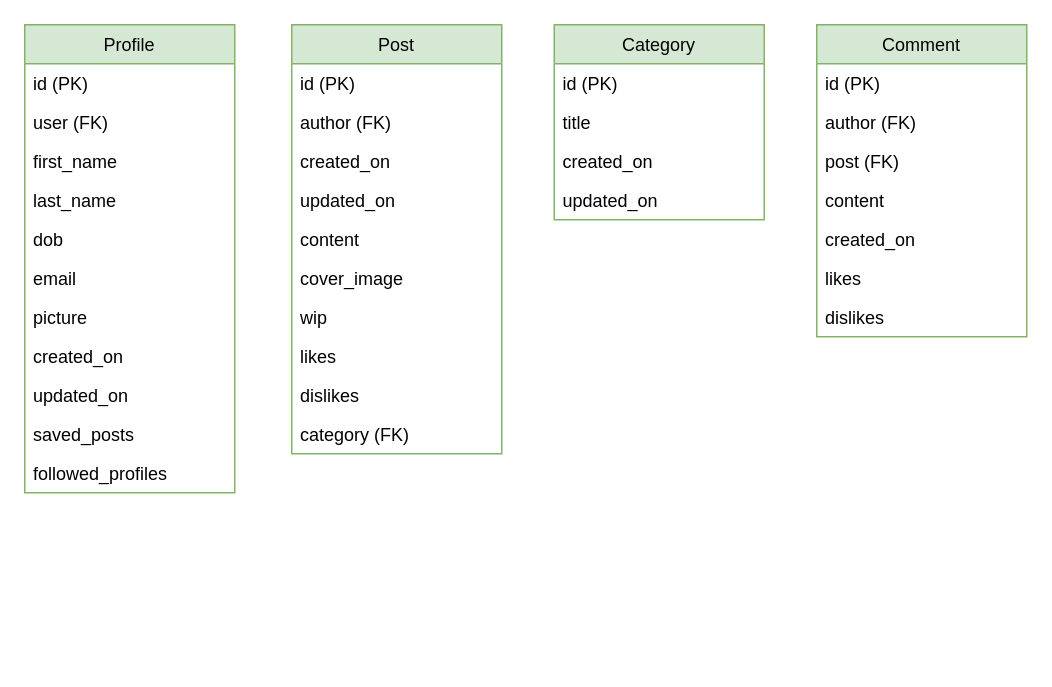
Earlier version of the draw.io diagram docs/databasetables/database-tables.drawio (lukebinmore/guideshare-api). Source tidied: cells renumbered, new cells numbered last; positions are measured from the earlier drawing's top-left corner, leaving out a move shared by most shapes. Both pictures are drawn from the tidied source at 150%, with x=0, y=0 at pixel (24, 24).
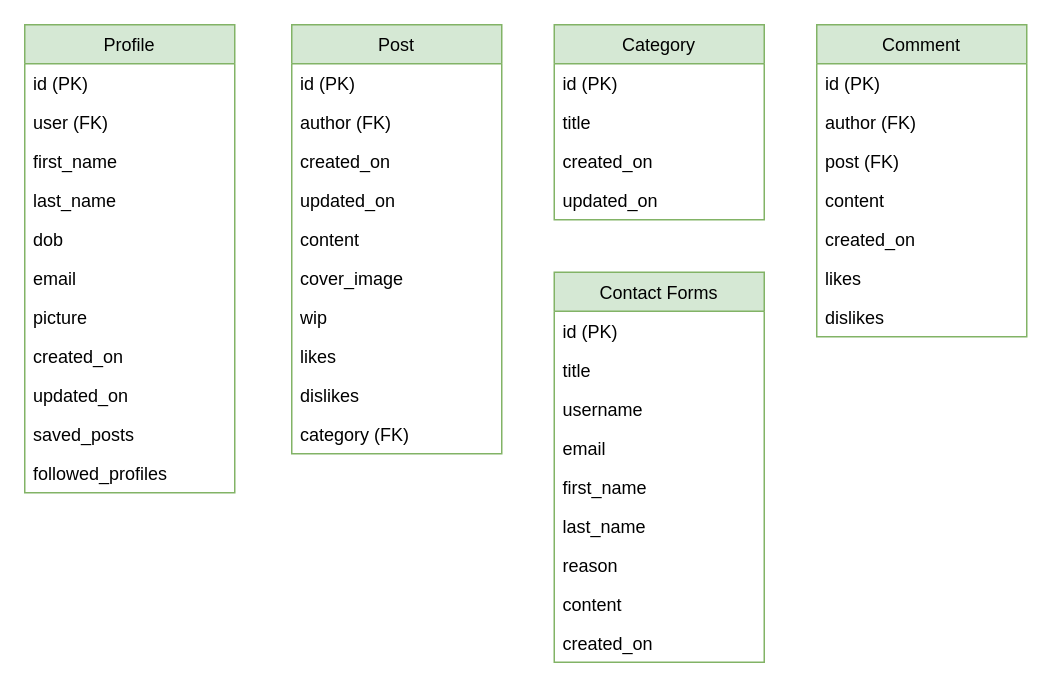
After the change.

Commit message (it also covers changes not shown here):
Update - Add Contact Form Database Table Documentation

Diff of the diagram source:
```diff
@@
+    <mxCell id="38" value="Contact Forms" style="swimlane;fontStyle=0;horizontal=1;startSize=26;labelBackgroundColor=none;fillColor=#d5e8d4;strokeColor=#82b366;" parent="1" vertex="1">
+      <mxGeometry x="353" y="165" width="140" height="260" as="geometry" />
+    </mxCell>
+    <mxCell id="39" value="id (PK)" style="text;strokeColor=none;fillColor=none;align=left;verticalAlign=top;spacingLeft=4;spacingRight=4;overflow=hidden;labelBackgroundColor=none;" parent="38" vertex="1">
+      <mxGeometry y="26" width="140" height="26" as="geometry" />
+    </mxCell>
+    <mxCell id="40" value="title" style="text;strokeColor=none;fillColor=none;align=left;verticalAlign=top;spacingLeft=4;spacingRight=4;overflow=hidden;labelBackgroundColor=none;" parent="38" vertex="1">
+      <mxGeometry y="52" width="140" height="26" as="geometry" />
+    </mxCell>
+    <mxCell id="41" value="username" style="text;strokeColor=none;fillColor=none;align=left;verticalAlign=top;spacingLeft=4;spacingRight=4;overflow=hidden;labelBackgroundColor=none;" parent="38" vertex="1">
+      <mxGeometry y="78" width="140" height="26" as="geometry" />
+    </mxCell>
+    <mxCell id="42" value="email" style="text;strokeColor=none;fillColor=none;align=left;verticalAlign=top;spacingLeft=4;spacingRight=4;overflow=hidden;labelBackgroundColor=none;" parent="38" vertex="1">
+      <mxGeometry y="104" width="140" height="26" as="geometry" />
+    </mxCell>
+    <mxCell id="43" value="first_name" style="text;strokeColor=none;fillColor=none;align=left;verticalAlign=top;spacingLeft=4;spacingRight=4;overflow=hidden;labelBackgroundColor=none;" parent="38" vertex="1">
+      <mxGeometry y="130" width="140" height="26" as="geometry" />
+    </mxCell>
+    <mxCell id="44" value="last_name" style="text;strokeColor=none;fillColor=none;align=left;verticalAlign=top;spacingLeft=4;spacingRight=4;overflow=hidden;labelBackgroundColor=none;" parent="38" vertex="1">
+      <mxGeometry y="156" width="140" height="26" as="geometry" />
+    </mxCell>
+    <mxCell id="45" value="reason" style="text;strokeColor=none;fillColor=none;align=left;verticalAlign=top;spacingLeft=4;spacingRight=4;overflow=hidden;labelBackgroundColor=none;" parent="38" vertex="1">
+      <mxGeometry y="182" width="140" height="26" as="geometry" />
+    </mxCell>
+    <mxCell id="46" value="content" style="text;strokeColor=none;fillColor=none;align=left;verticalAlign=top;spacingLeft=4;spacingRight=4;overflow=hidden;labelBackgroundColor=none;" parent="38" vertex="1">
+      <mxGeometry y="208" width="140" height="26" as="geometry" />
+    </mxCell>
+    <mxCell id="47" value="created_on" style="text;strokeColor=none;fillColor=none;align=left;verticalAlign=top;spacingLeft=4;spacingRight=4;overflow=hidden;labelBackgroundColor=none;" parent="38" vertex="1">
+      <mxGeometry y="234" width="140" height="26" as="geometry" />
+    </mxCell>
```
